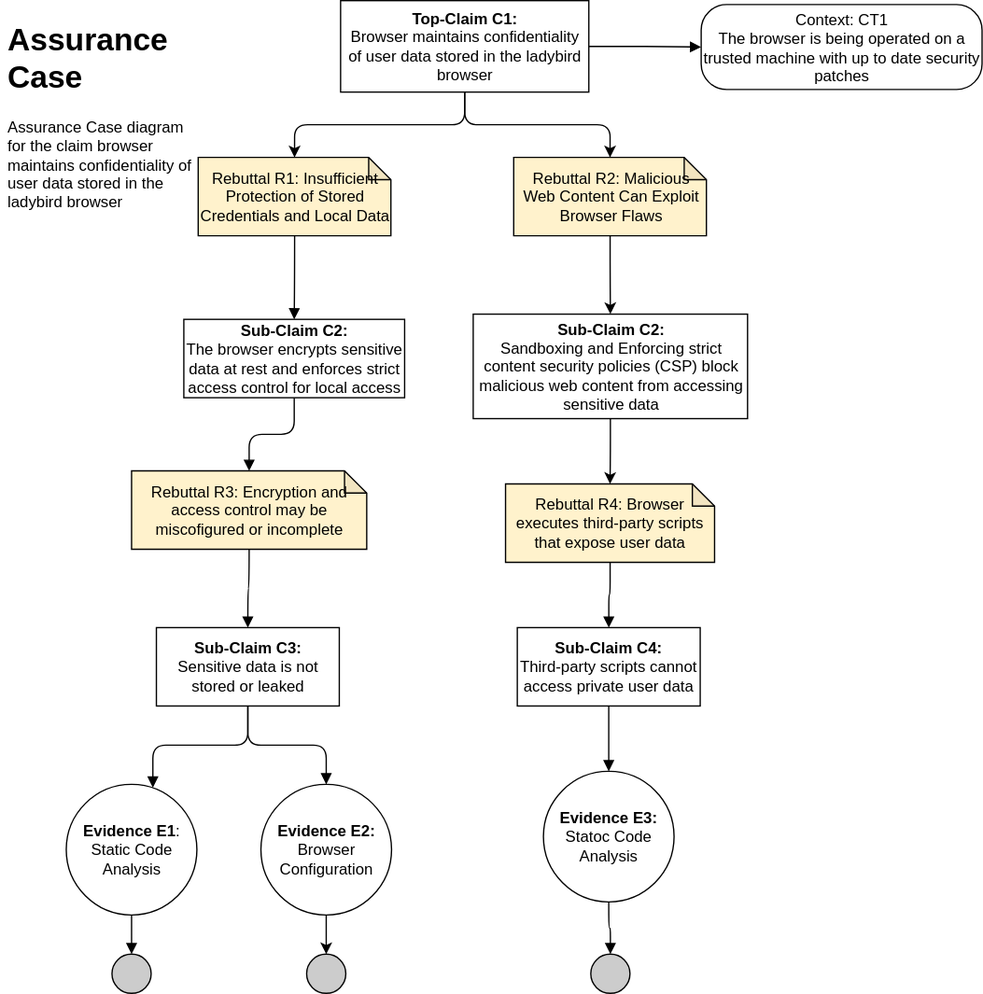
chauler/CYBR8420-Team5-Project keeps this draw.io diagram as docs/Navigate_URL_Assurance_Case.svg. Above is the earlier version. Source tidied: cells renumbered, new cells last; positions are measured from the earlier drawing's top-left corner, leaving out a move shared by most shapes.
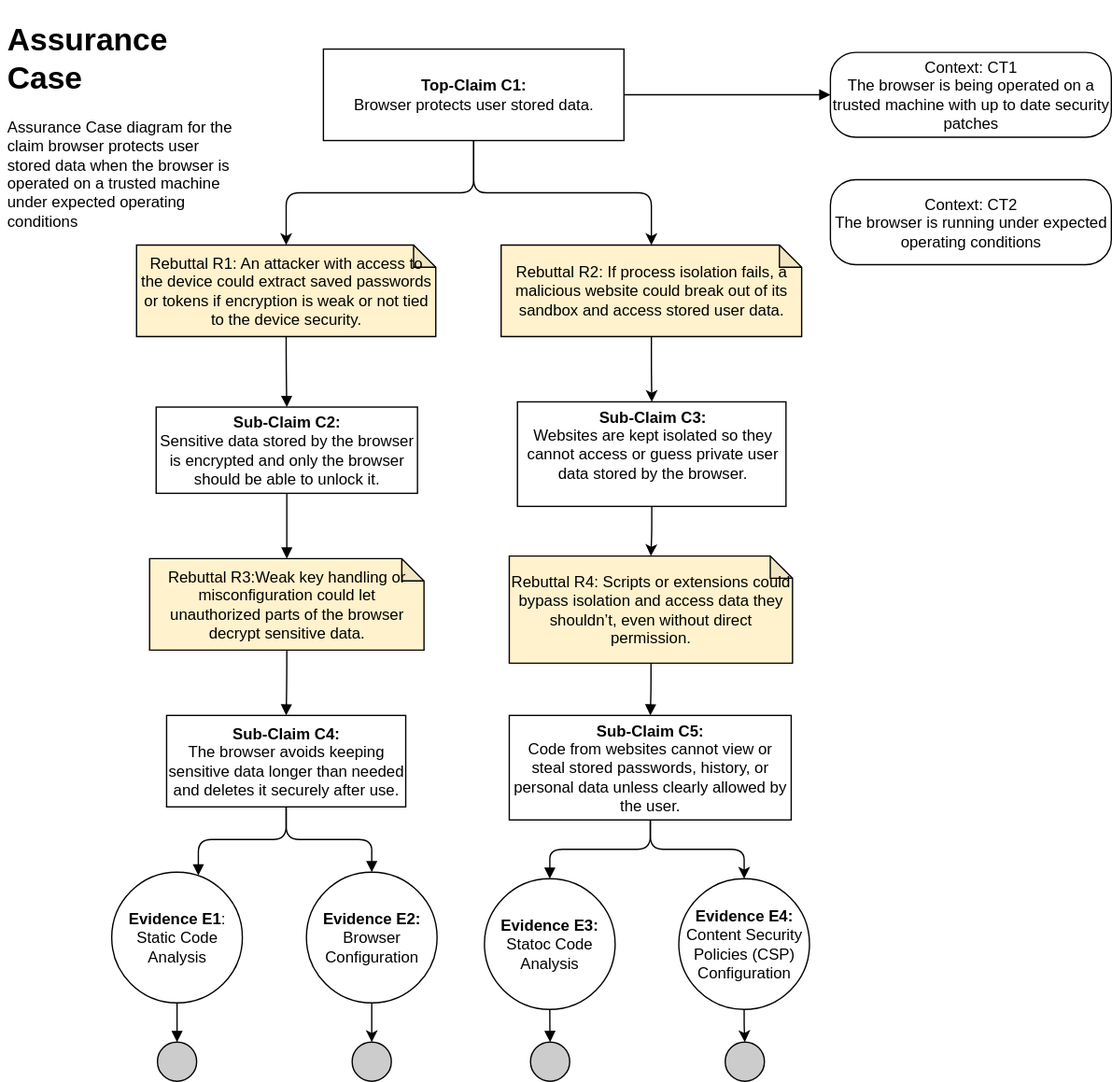
After the change.

Commit message:
add assurance-cases file and update assurance case diagrams

Diff of the diagram source:
```diff
@@ -2,41 +2,41 @@
   <root>
     <mxCell id="0" />
     <mxCell id="1" parent="0" />
-    <mxCell id="2" value="&lt;h1&gt;Assurance Case&lt;/h1&gt;&lt;p&gt;Assurance Case diagram for the claim browser maintains confidentiality of user data stored in the ladybird browser&lt;/p&gt;" style="text;html=1;strokeColor=none;fillColor=none;spacing=5;spacingTop=-20;whiteSpace=wrap;overflow=hidden;rounded=0;" parent="1" vertex="1">
-      <mxGeometry y="10" width="160" height="230" as="geometry" />
+    <mxCell id="2" value="&lt;h1&gt;Assurance Case&lt;/h1&gt;&lt;p&gt;Assurance Case diagram for the claim browser protects user stored data when the browser is operated on a trusted machine under expected operating conditions&lt;/p&gt;" style="text;html=1;strokeColor=none;fillColor=none;spacing=5;spacingTop=-20;whiteSpace=wrap;overflow=hidden;rounded=0;" parent="1" vertex="1">
+      <mxGeometry x="-95" y="113" width="185" height="175" as="geometry" />
     </mxCell>
     <mxCell id="3" style="edgeStyle=orthogonalEdgeStyle;rounded=0;jettySize=auto;html=1;exitX=1;exitY=0.5;exitDx=0;exitDy=0;entryX=0;entryY=0.5;entryDx=0;entryDy=0;endArrow=block;endFill=1;" parent="1" edge="1" source="4" target="5">
       <mxGeometry relative="1" as="geometry" />
     </mxCell>
-    <mxCell id="4" value="&lt;b&gt;Top-Claim C1:&lt;br&gt;&lt;/b&gt;&lt;span&gt;Browser maintains confidentiality of user data stored in the ladybird browser&lt;/span&gt;" style="rounded=0;whiteSpace=wrap;html=1;" parent="1" vertex="1">
-      <mxGeometry x="260" width="190" height="70" as="geometry" />
+    <mxCell id="4" value="&lt;b&gt;Top-Claim C1:&lt;br&gt;&lt;/b&gt;&lt;span&gt;Browser protects user stored data.&lt;/span&gt;" style="rounded=0;whiteSpace=wrap;html=1;" parent="1" vertex="1">
+      <mxGeometry x="152" y="140" width="230" height="70" as="geometry" />
     </mxCell>
     <mxCell id="5" value="Context: CT1&lt;br&gt;The browser is being operated on a trusted machine with up to date security patches" style="rounded=1;whiteSpace=wrap;html=1;arcSize=30;" parent="1" vertex="1">
-      <mxGeometry x="536" y="3" width="215" height="65" as="geometry" />
+      <mxGeometry x="540" y="142.5" width="215" height="65" as="geometry" />
     </mxCell>
     <mxCell id="6" style="edgeStyle=orthogonalEdgeStyle;curved=1;rounded=0;jettySize=auto;html=1;endArrow=block;endFill=1;" parent="1" edge="1" source="7" target="9">
       <mxGeometry relative="1" as="geometry" />
     </mxCell>
-    <mxCell id="7" value="Rebuttal R1: Insufficient Protection of Stored Credentials and Local Data" style="shape=note;whiteSpace=wrap;html=1;backgroundOutline=1;darkOpacity=0.05;size=17;fillColor=#FFF2CC;" parent="1" vertex="1">
-      <mxGeometry x="151" y="120" width="147.5" height="60" as="geometry" />
+    <mxCell id="7" value="Rebuttal R1: An attacker with access to the device could extract saved passwords or tokens if encryption is weak or not tied to the device security." style="shape=note;whiteSpace=wrap;html=1;backgroundOutline=1;darkOpacity=0.05;size=17;fillColor=#FFF2CC;" parent="1" vertex="1">
+      <mxGeometry x="9" y="290" width="229" height="70" as="geometry" />
     </mxCell>
     <mxCell id="8" style="edgeStyle=orthogonalEdgeStyle;curved=0;rounded=1;jettySize=auto;html=1;exitX=0.5;exitY=1;exitDx=0;exitDy=0;entryX=0.5;entryY=0;entryDx=0;entryDy=0;entryPerimeter=0;endArrow=block;endFill=1;" parent="1" edge="1" source="9" target="11">
       <mxGeometry relative="1" as="geometry" />
     </mxCell>
-    <mxCell id="9" value="&lt;b&gt;Sub-Claim C2:&lt;br&gt;&lt;/b&gt;The browser encrypts sensitive data at rest and enforces strict access control for local access" style="rounded=0;whiteSpace=wrap;html=1;" parent="1" vertex="1">
-      <mxGeometry x="140" y="244" width="169" height="60" as="geometry" />
+    <mxCell id="9" value="&lt;b&gt;Sub-Claim C2:&lt;br&gt;&lt;/b&gt;Sensitive data stored by the browser is encrypted and only the browser should be able to unlock it." style="rounded=0;whiteSpace=wrap;html=1;" parent="1" vertex="1">
+      <mxGeometry x="24" y="414" width="200" height="66" as="geometry" />
     </mxCell>
     <mxCell id="10" style="edgeStyle=orthogonalEdgeStyle;curved=1;rounded=0;jettySize=auto;html=1;exitX=0.5;exitY=1;exitDx=0;exitDy=0;exitPerimeter=0;entryX=0.5;entryY=0;entryDx=0;entryDy=0;endArrow=block;endFill=1;" parent="1" edge="1" source="11" target="16">
       <mxGeometry relative="1" as="geometry" />
     </mxCell>
-    <mxCell id="11" value="Rebuttal R3: Encryption and access control may be miscofigured or incomplete" style="shape=note;whiteSpace=wrap;html=1;backgroundOutline=1;darkOpacity=0.05;size=17;fillColor=#FFF2CC;" parent="1" vertex="1">
-      <mxGeometry x="100" y="360" width="180" height="60" as="geometry" />
+    <mxCell id="11" value="Rebuttal R3:Weak key handling or misconfiguration could let unauthorized parts of the browser decrypt sensitive data." style="shape=note;whiteSpace=wrap;html=1;backgroundOutline=1;darkOpacity=0.05;size=17;fillColor=#FFF2CC;" parent="1" vertex="1">
+      <mxGeometry x="19" y="530" width="210" height="70" as="geometry" />
     </mxCell>
     <mxCell id="12" style="edgeStyle=orthogonalEdgeStyle;curved=0;rounded=1;jettySize=auto;html=1;endArrow=block;endFill=1;" parent="1" edge="1" source="13" target="18">
       <mxGeometry relative="1" as="geometry" />
     </mxCell>
-    <mxCell id="13" value="Rebuttal R4: Browser executes third-party scripts that expose user data" style="shape=note;whiteSpace=wrap;html=1;backgroundOutline=1;darkOpacity=0.05;size=17;fillColor=#FFF2CC;" parent="1" vertex="1">
-      <mxGeometry x="386.2" y="370" width="160" height="60" as="geometry" />
+    <mxCell id="13" value="Rebuttal R4: Scripts or extensions could bypass isolation and access data they shouldn’t, even without direct permission." style="shape=note;whiteSpace=wrap;html=1;backgroundOutline=1;darkOpacity=0.05;size=17;fillColor=#FFF2CC;" parent="1" vertex="1">
+      <mxGeometry x="294.2" y="528" width="216.8" height="82" as="geometry" />
     </mxCell>
     <mxCell id="14" style="edgeStyle=orthogonalEdgeStyle;curved=0;rounded=1;jettySize=auto;html=1;exitX=0.5;exitY=1;exitDx=0;exitDy=0;entryX=0.663;entryY=0.025;entryDx=0;entryDy=0;entryPerimeter=0;endArrow=block;endFill=1;" parent="1" edge="1" source="16" target="20">
       <mxGeometry relative="1" as="geometry" />
@@ -44,53 +44,56 @@
     <mxCell id="15" style="edgeStyle=orthogonalEdgeStyle;curved=0;rounded=1;jettySize=auto;html=1;entryX=0.5;entryY=0;entryDx=0;entryDy=0;endArrow=block;endFill=1;" parent="1" edge="1" source="16" target="22">
       <mxGeometry relative="1" as="geometry" />
     </mxCell>
-    <mxCell id="16" value="&lt;b&gt;Sub-Claim C3:&lt;br&gt;&lt;/b&gt;Sensitive data is not stored or leaked" style="rounded=0;whiteSpace=wrap;html=1;" parent="1" vertex="1">
-      <mxGeometry x="119" y="480" width="140" height="60" as="geometry" />
+    <mxCell id="16" value="&lt;b&gt;Sub-Claim C4:&lt;br&gt;&lt;/b&gt;The browser avoids keeping sensitive data longer than needed and deletes it securely after use." style="rounded=0;whiteSpace=wrap;html=1;" parent="1" vertex="1">
+      <mxGeometry x="32" y="650" width="183" height="70" as="geometry" />
     </mxCell>
     <mxCell id="17" style="edgeStyle=orthogonalEdgeStyle;curved=0;rounded=1;jettySize=auto;html=1;entryX=0.5;entryY=0;entryDx=0;entryDy=0;endArrow=block;endFill=1;" parent="1" edge="1" source="18" target="26">
       <mxGeometry relative="1" as="geometry" />
     </mxCell>
+    <mxCell id="34" style="edgeStyle=orthogonalEdgeStyle;rounded=1;jettySize=auto;html=1;curved=0;" parent="1" edge="1" source="18" target="36">
+      <mxGeometry relative="1" as="geometry" />
+    </mxCell>
-    <mxCell id="18" value="&lt;b&gt;Sub-Claim C4:&lt;br&gt;&lt;/b&gt;Third-party scripts cannot access private user data" style="rounded=0;whiteSpace=wrap;html=1;" parent="1" vertex="1">
-      <mxGeometry x="395.2" y="480" width="140" height="60" as="geometry" />
+    <mxCell id="18" value="&lt;b&gt;Sub-Claim C5:&lt;br&gt;&lt;/b&gt;Code from websites cannot view or steal stored passwords, history, or personal data unless clearly allowed by the user." style="rounded=0;whiteSpace=wrap;html=1;" parent="1" vertex="1">
+      <mxGeometry x="294.2" y="650" width="215.8" height="80" as="geometry" />
     </mxCell>
     <mxCell id="19" style="edgeStyle=orthogonalEdgeStyle;curved=1;rounded=0;jettySize=auto;html=1;entryX=0.5;entryY=0;entryDx=0;entryDy=0;endArrow=block;endFill=1;" parent="1" edge="1" source="20" target="23">
       <mxGeometry relative="1" as="geometry" />
     </mxCell>
     <mxCell id="20" value="&lt;b&gt;Evidence E1&lt;/b&gt;:&lt;br&gt;Static Code Analysis" style="ellipse;whiteSpace=wrap;html=1;fillColor=#ffffff;rounded=0;" parent="1" vertex="1">
-      <mxGeometry x="50" y="600" width="100" height="100" as="geometry" />
+      <mxGeometry x="-10" y="770" width="100" height="100" as="geometry" />
     </mxCell>
     <mxCell id="21" style="edgeStyle=orthogonalEdgeStyle;rounded=1;jettySize=auto;html=1;entryX=0.5;entryY=0;entryDx=0;entryDy=0;curved=0;" parent="1" edge="1" source="22" target="24">
       <mxGeometry relative="1" as="geometry" />
     </mxCell>
     <mxCell id="22" value="&lt;b&gt;Evidence E2:&lt;/b&gt;&lt;div&gt;Browser Configuration&lt;/div&gt;" style="ellipse;whiteSpace=wrap;html=1;fillColor=#ffffff;rounded=0;" parent="1" vertex="1">
-      <mxGeometry x="199" y="600" width="100" height="100" as="geometry" />
+      <mxGeometry x="139" y="770" width="100" height="100" as="geometry" />
     </mxCell>
     <mxCell id="23" style="ellipse;whiteSpace=wrap;html=1;fillColor=#CCCCCC;" parent="1" vertex="1">
-      <mxGeometry x="85" y="730" width="30" height="30" as="geometry" />
+      <mxGeometry x="25" y="900" width="30" height="30" as="geometry" />
     </mxCell>
     <mxCell id="24" style="ellipse;whiteSpace=wrap;html=1;fillColor=#CCCCCC;" parent="1" vertex="1">
-      <mxGeometry x="234" y="730" width="30" height="30" as="geometry" />
+      <mxGeometry x="174" y="900" width="30" height="30" as="geometry" />
     </mxCell>
     <mxCell id="25" style="edgeStyle=orthogonalEdgeStyle;curved=0;rounded=1;jettySize=auto;html=1;entryX=0.5;entryY=0;entryDx=0;entryDy=0;endArrow=block;endFill=1;" parent="1" edge="1" source="26" target="27">
       <mxGeometry relative="1" as="geometry" />
     </mxCell>
     <mxCell id="26" value="&lt;b&gt;Evidence E3:&lt;/b&gt;&lt;br&gt;Statoc Code Analysis" style="ellipse;whiteSpace=wrap;html=1;fillColor=#ffffff;rounded=0;" parent="1" vertex="1">
-      <mxGeometry x="415.2" y="590" width="100" height="100" as="geometry" />
+      <mxGeometry x="275.2" y="775" width="100" height="100" as="geometry" />
     </mxCell>
     <mxCell id="27" style="ellipse;whiteSpace=wrap;html=1;fillColor=#CCCCCC;" parent="1" vertex="1">
-      <mxGeometry x="451.5" y="730" width="30" height="30" as="geometry" />
+      <mxGeometry x="310.5" y="900" width="30" height="30" as="geometry" />
     </mxCell>
     <mxCell id="28" style="edgeStyle=orthogonalEdgeStyle;rounded=1;jettySize=auto;html=1;curved=0;" parent="1" edge="1" source="29" target="31">
       <mxGeometry relative="1" as="geometry" />
     </mxCell>
-    <mxCell id="29" value="Rebuttal R2: Malicious Web Content Can Exploit Browser Flaws" style="shape=note;whiteSpace=wrap;html=1;backgroundOutline=1;darkOpacity=0.05;size=17;fillColor=#FFF2CC;" parent="1" vertex="1">
-      <mxGeometry x="392.5" y="120" width="147.5" height="60" as="geometry" />
+    <mxCell id="29" value="Rebuttal R2: If process isolation fails, a malicious website could break out of its sandbox and access stored user data." style="shape=note;whiteSpace=wrap;html=1;backgroundOutline=1;darkOpacity=0.05;size=17;fillColor=#FFF2CC;" parent="1" vertex="1">
+      <mxGeometry x="288" y="290" width="230" height="70" as="geometry" />
     </mxCell>
     <mxCell id="30" style="edgeStyle=orthogonalEdgeStyle;rounded=1;jettySize=auto;html=1;entryX=0.5;entryY=0;entryDx=0;entryDy=0;entryPerimeter=0;curved=0;" parent="1" edge="1" source="4" target="29">
       <mxGeometry relative="1" as="geometry" />
     </mxCell>
-    <mxCell id="31" value="&lt;b&gt;Sub-Claim C2:&lt;br&gt;&lt;/b&gt;Sandboxing and Enforcing strict content security policies (CSP) block malicious web content from accessing sensitive data" style="rounded=0;whiteSpace=wrap;html=1;strokeColor=default;" parent="1" vertex="1">
-      <mxGeometry x="361.5" y="240" width="210" height="80" as="geometry" />
+    <mxCell id="31" value="&lt;b&gt;Sub-Claim C3:&lt;br&gt;&lt;/b&gt;&lt;div&gt;Websites are kept isolated so they cannot access or guess private user data stored by the browser.&lt;/div&gt;&lt;div&gt;&lt;br&gt;&lt;/div&gt;" style="rounded=0;whiteSpace=wrap;html=1;strokeColor=default;" parent="1" vertex="1">
+      <mxGeometry x="300.5" y="410" width="205.5" height="80" as="geometry" />
     </mxCell>
     <mxCell id="32" style="edgeStyle=orthogonalEdgeStyle;rounded=1;jettySize=auto;html=1;entryX=0.5;entryY=0;entryDx=0;entryDy=0;entryPerimeter=0;curved=0;" parent="1" edge="1" source="31" target="13">
       <mxGeometry relative="1" as="geometry" />
@@ -98,5 +101,17 @@
     <mxCell id="33" style="edgeStyle=orthogonalEdgeStyle;rounded=1;jettySize=auto;html=1;entryX=0.5;entryY=0;entryDx=0;entryDy=0;entryPerimeter=0;curved=0;" parent="1" edge="1" source="4" target="7">
       <mxGeometry relative="1" as="geometry" />
     </mxCell>
+    <mxCell id="35" style="edgeStyle=orthogonalEdgeStyle;rounded=1;jettySize=auto;html=1;curved=0;" parent="1" edge="1" source="36" target="37">
+      <mxGeometry relative="1" as="geometry" />
+    </mxCell>
+    <mxCell id="36" value="&lt;b&gt;Evidence E4:&lt;/b&gt;&lt;div&gt;Content Security Policies (CSP) Configuration&lt;/div&gt;" style="ellipse;whiteSpace=wrap;html=1;fillColor=#ffffff;rounded=0;" parent="1" vertex="1">
+      <mxGeometry x="424" y="775" width="100" height="100" as="geometry" />
+    </mxCell>
+    <mxCell id="37" style="ellipse;whiteSpace=wrap;html=1;fillColor=#CCCCCC;" parent="1" vertex="1">
+      <mxGeometry x="459.5" y="900" width="30" height="30" as="geometry" />
+    </mxCell>
+    <mxCell id="38" value="Context: CT2&lt;br&gt;The browser is running under expected operating conditions" style="rounded=1;whiteSpace=wrap;html=1;arcSize=30;" parent="1" vertex="1">
+      <mxGeometry x="540" y="240" width="215" height="65" as="geometry" />
+    </mxCell>
   </root>
 </mxGraphModel>
```
